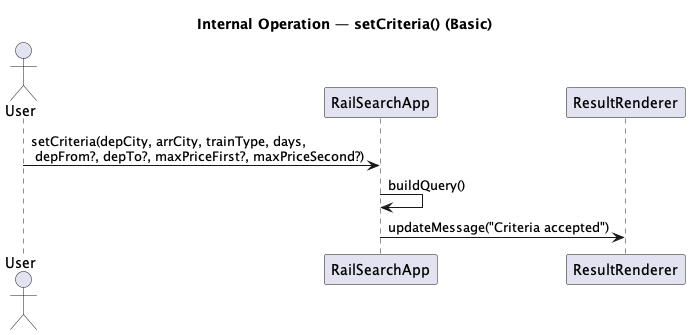
The PlantUML diagram docs/Artifacts/System Operations/setCriteria.png in nicolas-zampieri/SOEN342, before a commit. Its diagram source:
```plantuml
@startuml setCriteria
title Internal Operation — setCriteria() (Basic)

actor User as U
participant "RailSearchApp" as App
participant "ResultRenderer" as Renderer

U -> App : setCriteria(depCity, arrCity, trainType, days,\n depFrom?, depTo?, maxPriceFirst?, maxPriceSecond?)
App -> App : buildQuery()
App -> Renderer : updateMessage("Criteria accepted")

@enduml
```
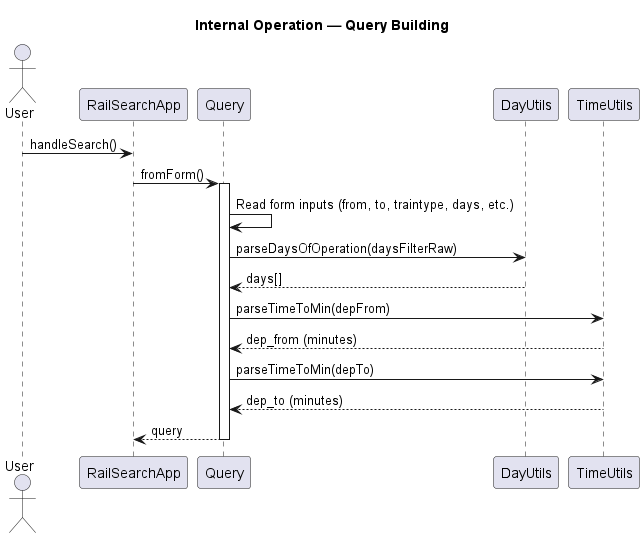
After the change.

The edit, as a diff of the source:
```diff
@@ -1,12 +1,24 @@
 @startuml setCriteria
-title Internal Operation — setCriteria() (Basic)
+title Internal Operation — Query Building
 
 actor User as U
 participant "RailSearchApp" as App
-participant "ResultRenderer" as Renderer
+participant "Query" as Q
+participant "DayUtils" as DU
+participant "TimeUtils" as TU
 
-U -> App : setCriteria(depCity, arrCity, trainType, days,\n depFrom?, depTo?, maxPriceFirst?, maxPriceSecond?)
-App -> App : buildQuery()
-App -> Renderer : updateMessage("Criteria accepted")
+U -> App : handleSearch()
+App -> Q : fromForm()
+
+activate Q
+Q -> Q : Read form inputs (from, to, traintype, days, etc.)
+Q -> DU : parseDaysOfOperation(daysFilterRaw)
+DU --> Q : days[]
+Q -> TU : parseTimeToMin(depFrom)
+TU --> Q : dep_from (minutes)
+Q -> TU : parseTimeToMin(depTo)
+TU --> Q : dep_to (minutes)
+Q --> App : query
+deactivate Q
 
 @enduml
```
